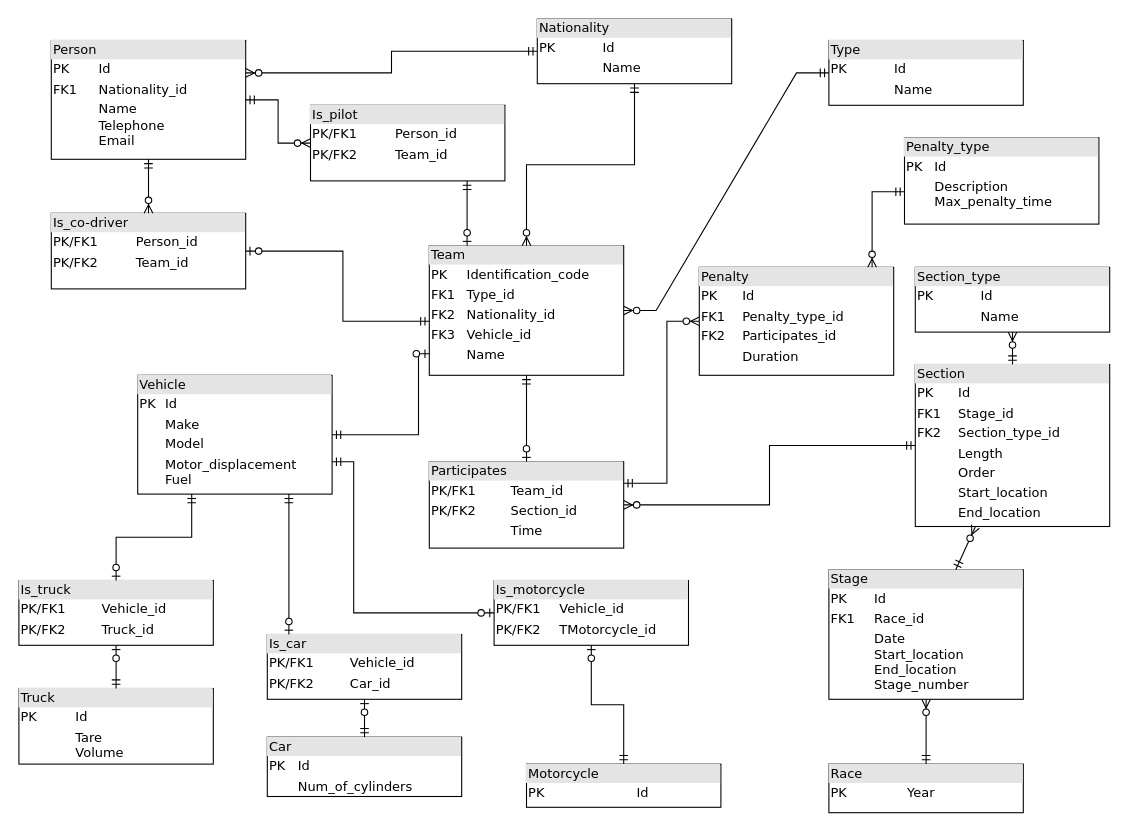
DanyKrk/ISEP_BDDAD_M1 keeps this draw.io diagram as Relational_Data_Model_Diagram.drawio. Above is the earlier version. Source tidied: cells renumbered, new cells numbered last; positions are measured from the earlier drawing's top-left corner, leaving out a move shared by most shapes. Both pictures are drawn from the tidied source at 108%, with x=0, y=0 at pixel (18, 18).
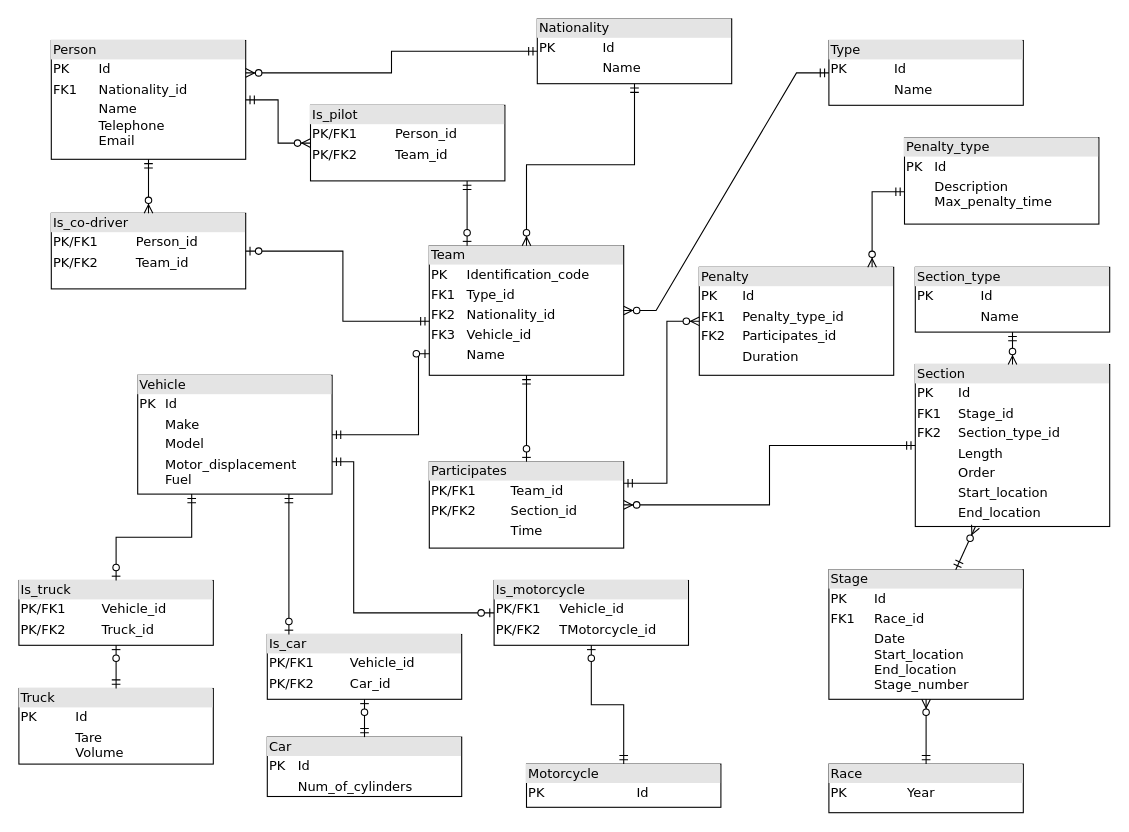
After the change.

Commit message:
Update relation between section and section type

The change refers to these unchanged cells:
```xml
<mxCell id="11" value="&lt;div style=&quot;box-sizing: border-box ; width: 100% ; background: #e4e4e4 ; padding: 2px&quot;&gt;Section&lt;/div&gt;&lt;table style=&quot;width: 100% ; font-size: 1em&quot; cellpadding=&quot;2&quot; cellspacing=&quot;0&quot;&gt;&lt;tbody&gt;&lt;tr&gt;&lt;td&gt;PK&lt;/td&gt;&lt;td&gt;Id&lt;/td&gt;&lt;/tr&gt;&lt;tr&gt;&lt;td&gt;FK1&lt;/td&gt;&lt;td&gt;Stage_id&lt;/td&gt;&lt;/tr&gt;&lt;tr&gt;&lt;td&gt;FK2&lt;/td&gt;&lt;td&gt;Section_type_id&lt;/td&gt;&lt;/tr&gt;&lt;tr&gt;&lt;td&gt;&lt;br&gt;&lt;/td&gt;&lt;td&gt;Length&lt;br&gt;&lt;/td&gt;&lt;/tr&gt;&lt;tr&gt;&lt;td&gt;&lt;br&gt;&lt;/td&gt;&lt;td&gt;Order&lt;br&gt;&lt;/td&gt;&lt;/tr&gt;&lt;tr&gt;&lt;td&gt;&lt;br&gt;&lt;/td&gt;&lt;td&gt;Start_location&lt;br&gt;&lt;/td&gt;&lt;/tr&gt;&lt;tr&gt;&lt;td&gt;&lt;br&gt;&lt;/td&gt;&lt;td&gt;End_location&lt;br&gt;&lt;/td&gt;&lt;/tr&gt;&lt;tr&gt;&lt;td&gt;&lt;/td&gt;&lt;td&gt;&lt;br&gt;&lt;/td&gt;&lt;/tr&gt;&lt;/tbody&gt;&lt;/table&gt;" style="verticalAlign=top;align=left;overflow=fill;html=1;rounded=0;shadow=0;comic=0;labelBackgroundColor=none;strokeWidth=1;fontFamily=Verdana;fontSize=12;" parent="1" vertex="1">
  <mxGeometry x="830" y="320" width="180" height="150" as="geometry" />
</mxCell>
<mxCell id="20" value="&lt;div style=&quot;box-sizing:border-box;width:100%;background:#e4e4e4;padding:2px;&quot;&gt;Section_type&lt;/div&gt;&lt;table style=&quot;width:100%;font-size:1em;&quot; cellpadding=&quot;2&quot; cellspacing=&quot;0&quot;&gt;&lt;tbody&gt;&lt;tr&gt;&lt;td&gt;PK&lt;/td&gt;&lt;td&gt;Id&lt;/td&gt;&lt;/tr&gt;&lt;tr&gt;&lt;td&gt;&lt;br&gt;&lt;/td&gt;&lt;td&gt;Name&lt;/td&gt;&lt;/tr&gt;&lt;tr&gt;&lt;td&gt;&lt;/td&gt;&lt;td&gt;&lt;br&gt;&lt;/td&gt;&lt;/tr&gt;&lt;/tbody&gt;&lt;/table&gt;" style="verticalAlign=top;align=left;overflow=fill;html=1;rounded=0;shadow=0;comic=0;labelBackgroundColor=none;strokeWidth=1;fontFamily=Verdana;fontSize=12;" parent="1" vertex="1">
  <mxGeometry x="830" y="230" width="180" height="60" as="geometry" />
</mxCell>
```

What changed in the source:
```diff
@@
-    <mxCell id="21" style="fontSize=12;html=1;endArrow=ERzeroToMany;startArrow=ERmandOne;rounded=0;edgeStyle=orthogonalEdgeStyle;" parent="1" edge="1" source="11" target="20">
+    <mxCell id="21" style="fontSize=12;html=1;endArrow=ERzeroToMany;startArrow=ERmandOne;rounded=0;edgeStyle=orthogonalEdgeStyle;" parent="1" edge="1" source="20" target="11">
       <mxGeometry relative="1" as="geometry" />
     </mxCell>
```
